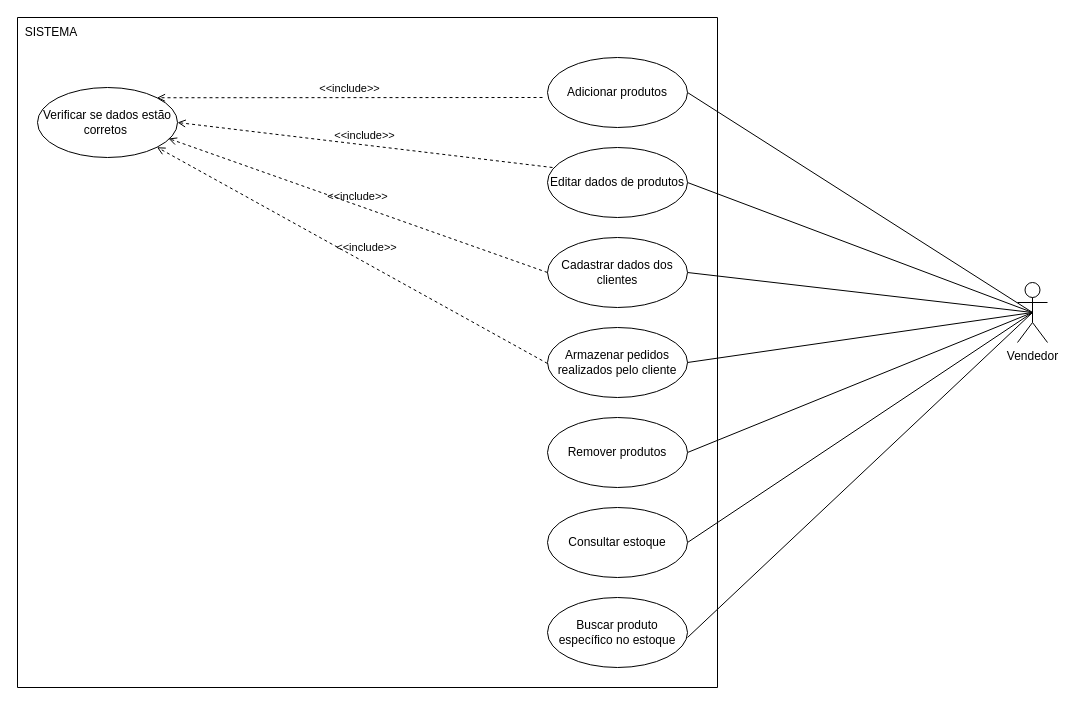
Above: CASOS_DE_USO/diagrama_casos_de_uso.drawio in guifrazao/PROJETO_ESW1 (draw.io), before the change. Source tidied: cells renumbered, new cells numbered last; positions are measured from the earlier drawing's top-left corner, leaving out a move shared by most shapes. Both pictures are drawn from the tidied source at 100%, with x=0, y=0 at pixel (17, 17).
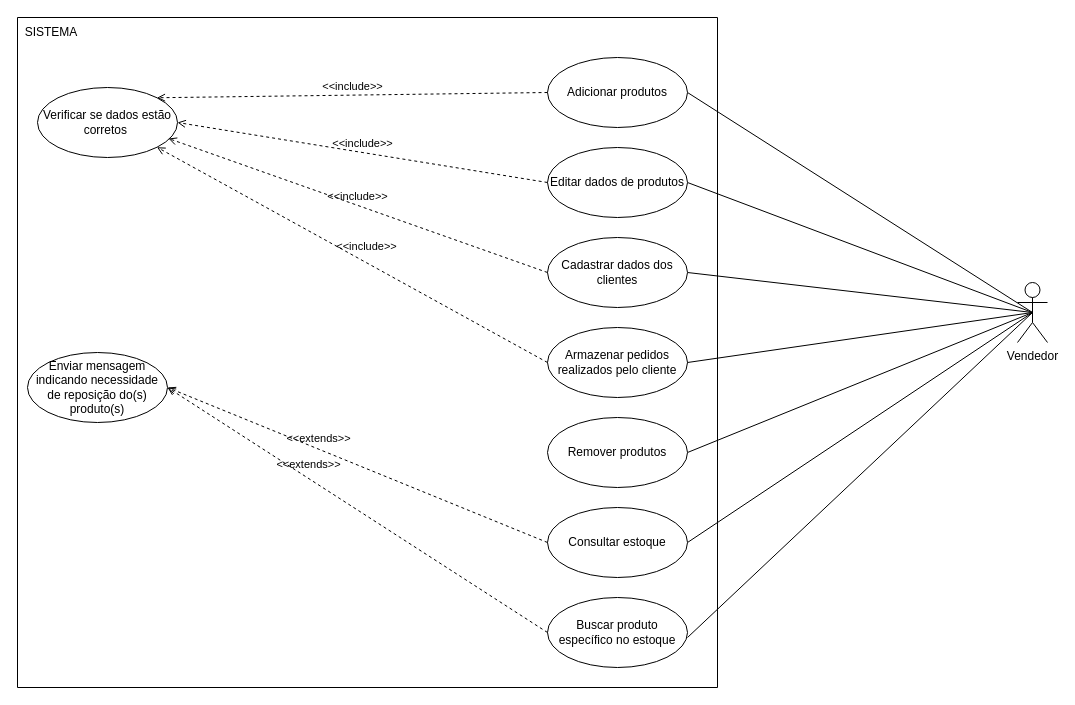
The same page after the edit.

Commit message (it also covers changes not shown here):
AINDA FALTA DIAGRAMAS DE SEQUENCE E MAPA DE NAVEGACAO

The change refers to these unchanged cells:
```xml
<mxCell id="8" style="swimlane;startSize=0;" parent="1" vertex="1">
  <mxGeometry width="700" height="670" as="geometry" />
</mxCell>
<mxCell id="10" value="Adicionar produtos" style="ellipse;whiteSpace=wrap;html=1;" parent="8" vertex="1">
  <mxGeometry x="530" y="40" width="140" height="70" as="geometry" />
</mxCell>
<mxCell id="12" value="Verificar se dados estão corretos&amp;nbsp;" style="ellipse;whiteSpace=wrap;html=1;" parent="8" vertex="1">
  <mxGeometry x="20" y="70" width="140" height="70" as="geometry" />
</mxCell>
<mxCell id="14" value="Editar dados de produtos" style="ellipse;whiteSpace=wrap;html=1;" parent="8" vertex="1">
  <mxGeometry x="530" y="130" width="140" height="70" as="geometry" />
</mxCell>
<mxCell id="19" value="Consultar estoque" style="ellipse;whiteSpace=wrap;html=1;" parent="8" vertex="1">
  <mxGeometry x="530" y="490" width="140" height="70" as="geometry" />
</mxCell>
<mxCell id="20" value="Armazenar pedidos realizados pelo cliente" style="ellipse;whiteSpace=wrap;html=1;" parent="8" vertex="1">
  <mxGeometry x="530" y="310" width="140" height="70" as="geometry" />
</mxCell>
<mxCell id="22" value="Buscar produto específico no estoque" style="ellipse;whiteSpace=wrap;html=1;" parent="8" vertex="1">
  <mxGeometry x="530" y="580" width="140" height="70" as="geometry" />
</mxCell>
```

The edit, as a diff of the source:
```diff
@@
-    <mxCell id="15" value="&amp;lt;&amp;lt;include&amp;gt;&amp;gt;" style="html=1;verticalAlign=bottom;labelBackgroundColor=none;endArrow=open;endFill=0;dashed=1;rounded=0;entryX=1;entryY=0;entryDx=0;entryDy=0;" parent="8" edge="1" target="12">
-      <mxGeometry relative="1" as="geometry">
-        <mxPoint x="525" y="80" as="sourcePoint" />
-      </mxGeometry>
+    <mxCell id="15" value="&amp;lt;&amp;lt;include&amp;gt;&amp;gt;" style="html=1;verticalAlign=bottom;labelBackgroundColor=none;endArrow=open;endFill=0;dashed=1;rounded=0;entryX=1;entryY=0;entryDx=0;entryDy=0;exitX=0;exitY=0.5;exitDx=0;exitDy=0;" parent="8" edge="1" source="10" target="12">
+      <mxGeometry relative="1" as="geometry" />
     </mxCell>
-    <mxCell id="16" value="&amp;lt;&amp;lt;include&amp;gt;&amp;gt;" style="html=1;verticalAlign=bottom;labelBackgroundColor=none;endArrow=open;endFill=0;dashed=1;rounded=0;entryX=1;entryY=0.5;entryDx=0;entryDy=0;" parent="8" edge="1" target="12">
-      <mxGeometry relative="1" as="geometry">
-        <mxPoint x="535" y="150" as="sourcePoint" />
-      </mxGeometry>
+    <mxCell id="16" value="&amp;lt;&amp;lt;include&amp;gt;&amp;gt;" style="html=1;verticalAlign=bottom;labelBackgroundColor=none;endArrow=open;endFill=0;dashed=1;rounded=0;entryX=1;entryY=0.5;entryDx=0;entryDy=0;exitX=0;exitY=0.5;exitDx=0;exitDy=0;" parent="8" edge="1" source="14" target="12">
+      <mxGeometry relative="1" as="geometry" />
     </mxCell>
@@
-    <mxCell id="21" value="&amp;lt;&amp;lt;include&amp;gt;&amp;gt;" style="html=1;verticalAlign=bottom;labelBackgroundColor=none;endArrow=open;endFill=0;dashed=1;rounded=0;exitX=0;exitY=0.5;exitDx=0;exitDy=0;entryX=1;entryY=1;entryDx=0;entryDy=0;" parent="8" edge="1" target="12">
-      <mxGeometry x="-0.06" y="-6" relative="1" as="geometry">
-        <mxPoint x="530" y="346" as="sourcePoint" />
-      </mxGeometry>
+    <mxCell id="21" value="&amp;lt;&amp;lt;include&amp;gt;&amp;gt;" style="html=1;verticalAlign=bottom;labelBackgroundColor=none;endArrow=open;endFill=0;dashed=1;rounded=0;exitX=0;exitY=0.5;exitDx=0;exitDy=0;entryX=1;entryY=1;entryDx=0;entryDy=0;" parent="8" edge="1" source="20" target="12">
+      <mxGeometry x="-0.06" y="-6" relative="1" as="geometry" />
     </mxCell>
@@
+    <mxCell id="25" value="Enviar mensagem indicando necessidade de reposição do(s) produto(s)" style="ellipse;whiteSpace=wrap;html=1;" parent="8" vertex="1">
+      <mxGeometry x="10" y="335" width="140" height="70" as="geometry" />
+    </mxCell>
+    <mxCell id="26" value="&amp;lt;&amp;lt;extends&amp;gt;&amp;gt;" style="html=1;verticalAlign=bottom;labelBackgroundColor=none;endArrow=open;endFill=0;dashed=1;rounded=0;exitX=0;exitY=0.5;exitDx=0;exitDy=0;entryX=1;entryY=0.5;entryDx=0;entryDy=0;" parent="8" edge="1" source="19" target="25">
+      <mxGeometry x="0.21" y="-1" relative="1" as="geometry" />
+    </mxCell>
+    <mxCell id="27" value="&amp;lt;&amp;lt;extends&amp;gt;&amp;gt;" style="html=1;verticalAlign=bottom;labelBackgroundColor=none;endArrow=open;endFill=0;dashed=1;rounded=0;exitX=0;exitY=0.5;exitDx=0;exitDy=0;entryX=1;entryY=0.5;entryDx=0;entryDy=0;" parent="8" edge="1" source="22" target="25">
+      <mxGeometry x="0.27" y="-4" relative="1" as="geometry" />
+    </mxCell>
```
